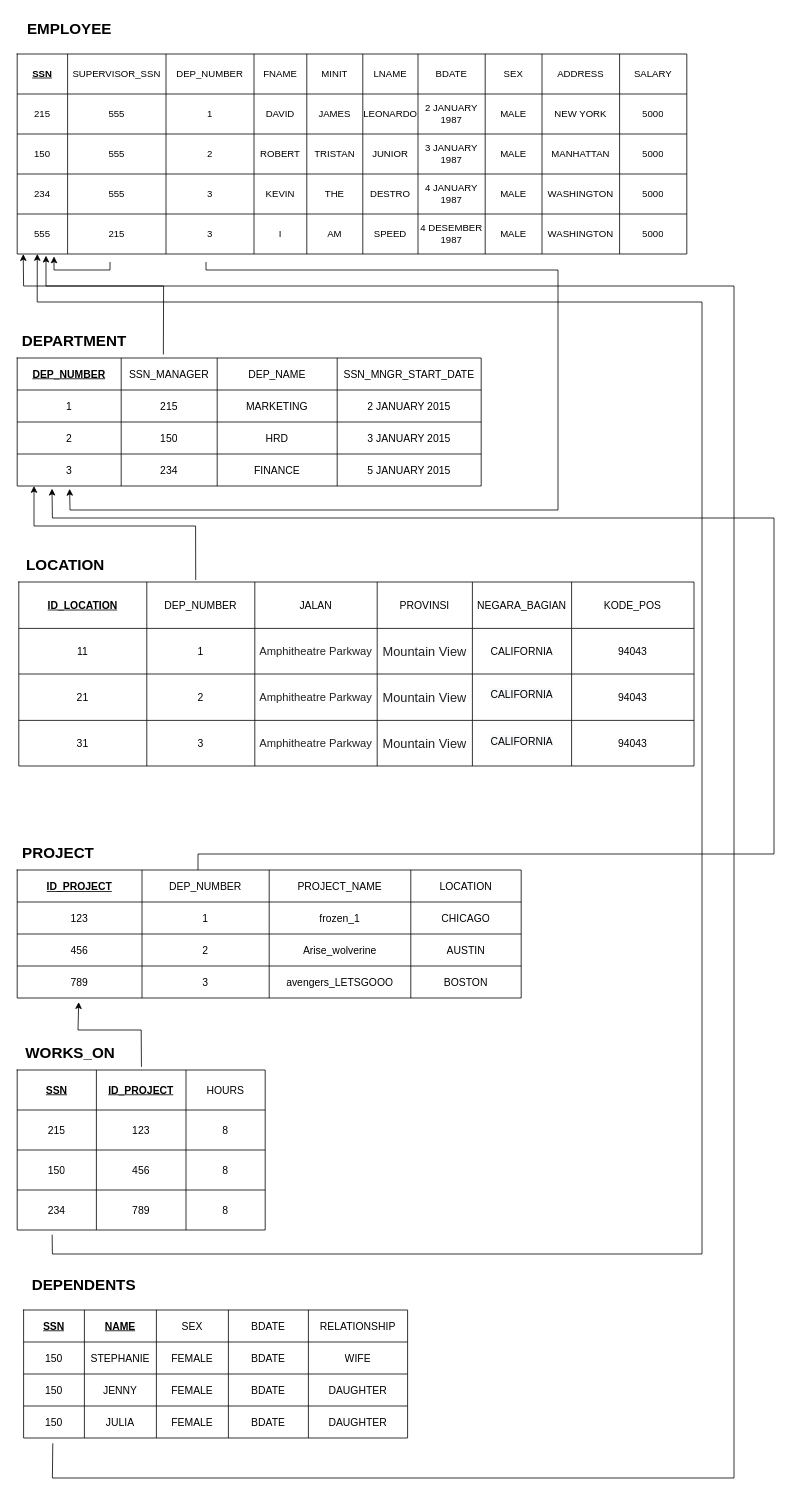
Daffadon/Basis_Data keeps this draw.io diagram as Laprak_3.drawio. Above is the earlier version. Source tidied: cells renumbered, new cells numbered last; positions are measured from the earlier drawing's top-left corner, leaving out a move shared by most shapes. Both pictures are drawn from the tidied source at 80%, with x=0, y=0 at pixel (14, 14).
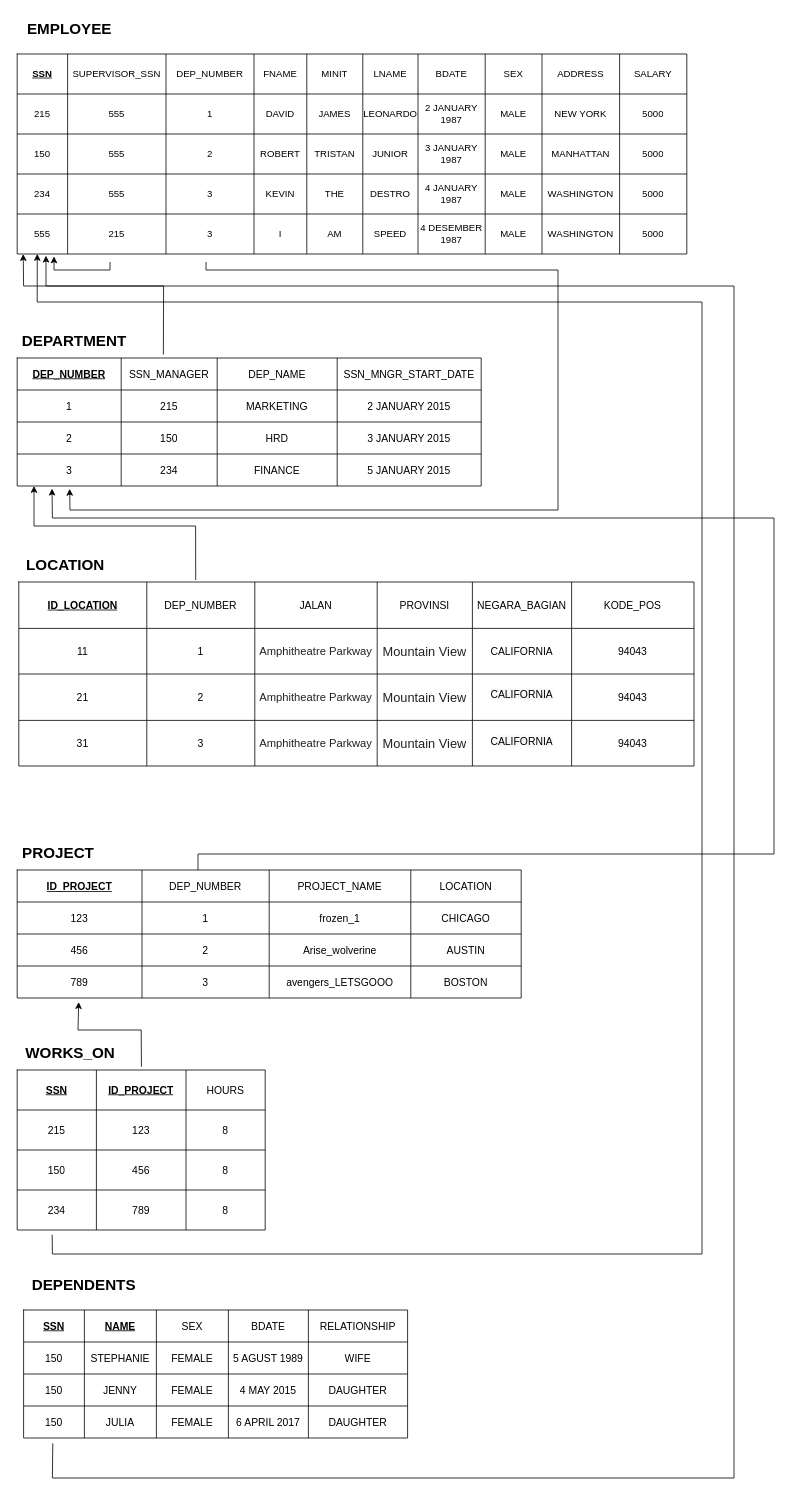
The same page after the edit.

Unchanged cells that the change refers to:
```xml
<mxCell id="158" style="shape=tableRow;horizontal=0;startSize=0;swimlaneHead=0;swimlaneBody=0;top=0;left=0;bottom=0;right=0;fillColor=none;fontSize=13;" parent="151" vertex="1">
  <mxGeometry y="40" width="480" height="40" as="geometry" />
</mxCell>
<mxCell id="164" style="shape=tableRow;horizontal=0;startSize=0;swimlaneHead=0;swimlaneBody=0;top=0;left=0;bottom=0;right=0;fillColor=none;fontSize=13;" parent="151" vertex="1">
  <mxGeometry y="80" width="480" height="40" as="geometry" />
</mxCell>
<mxCell id="170" style="shape=tableRow;horizontal=0;startSize=0;swimlaneHead=0;swimlaneBody=0;top=0;left=0;bottom=0;right=0;fillColor=none;points=[[0,0.5],[1,0.5]];portConstraint=eastwest;fontSize=13;" parent="151" vertex="1">
  <mxGeometry y="120" width="480" height="40" as="geometry" />
</mxCell>
```

Diff of the diagram source:
```diff
@@
-    <mxCell id="162" value="BDATE" style="shape=partialRectangle;html=1;whiteSpace=wrap;overflow=hidden;fillColor=none;top=0;left=0;bottom=0;right=0;fontSize=13;" parent="158" vertex="1">
+    <mxCell id="162" value="5 AGUST 1989" style="shape=partialRectangle;html=1;whiteSpace=wrap;overflow=hidden;fillColor=none;top=0;left=0;bottom=0;right=0;fontSize=13;" parent="158" vertex="1">
       <mxGeometry x="256" width="100" height="40" as="geometry" />
     </mxCell>
@@
-    <mxCell id="168" value="BDATE" style="shape=partialRectangle;html=1;whiteSpace=wrap;overflow=hidden;fillColor=none;top=0;left=0;bottom=0;right=0;fontSize=13;" parent="164" vertex="1">
+    <mxCell id="168" value="4 MAY 2015" style="shape=partialRectangle;html=1;whiteSpace=wrap;overflow=hidden;fillColor=none;top=0;left=0;bottom=0;right=0;fontSize=13;" parent="164" vertex="1">
       <mxGeometry x="256" width="100" height="40" as="geometry" />
     </mxCell>
@@
-    <mxCell id="174" value="BDATE" style="shape=partialRectangle;html=1;whiteSpace=wrap;overflow=hidden;fillColor=none;top=0;left=0;bottom=0;right=0;fontSize=13;" parent="170" vertex="1">
+    <mxCell id="174" value="6 APRIL 2017" style="shape=partialRectangle;html=1;whiteSpace=wrap;overflow=hidden;fillColor=none;top=0;left=0;bottom=0;right=0;fontSize=13;" parent="170" vertex="1">
       <mxGeometry x="256" width="100" height="40" as="geometry" />
     </mxCell>
```
